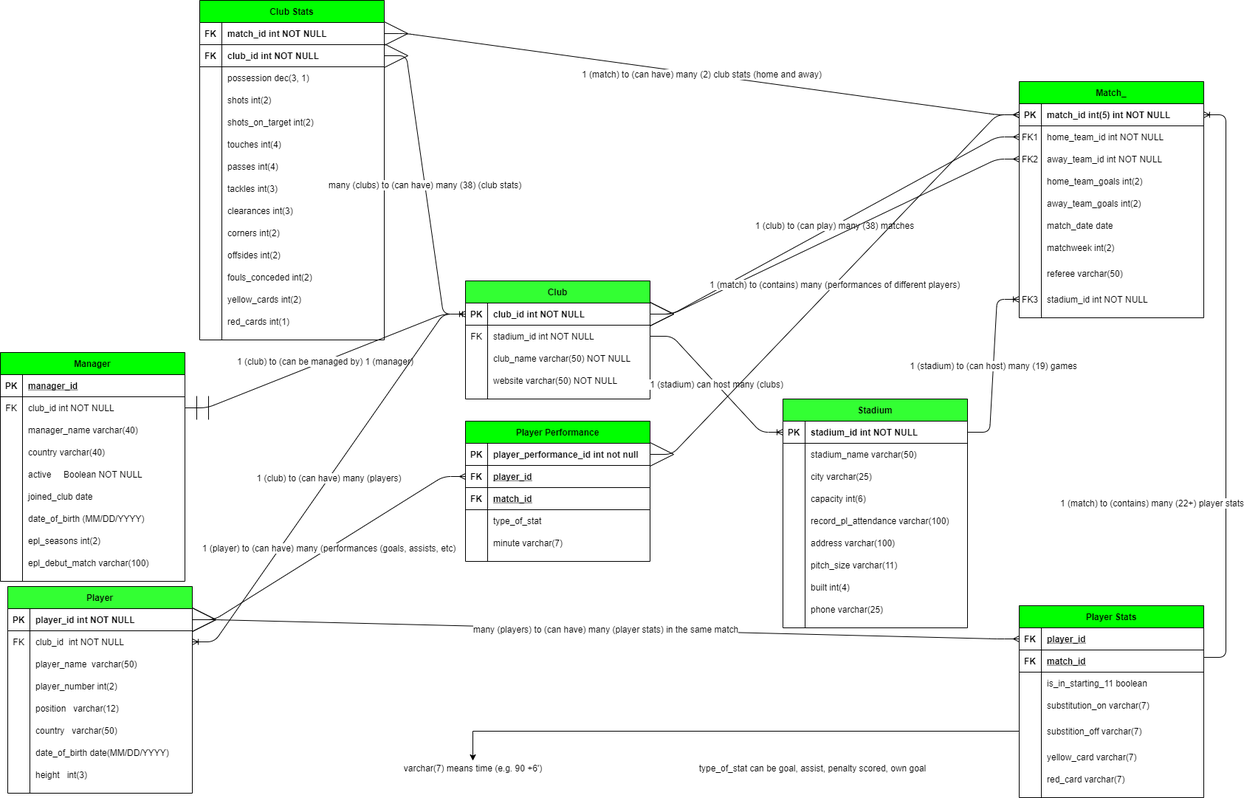
Before: Premier League Database Model.png, a diagram exported from draw.io (narekzamanyan97/Scraped-EPL-Data-Into-a-Database). Source tidied: cells renumbered, new cells last; positions are measured from the earlier drawing's top-left corner, leaving out a move shared by most shapes.
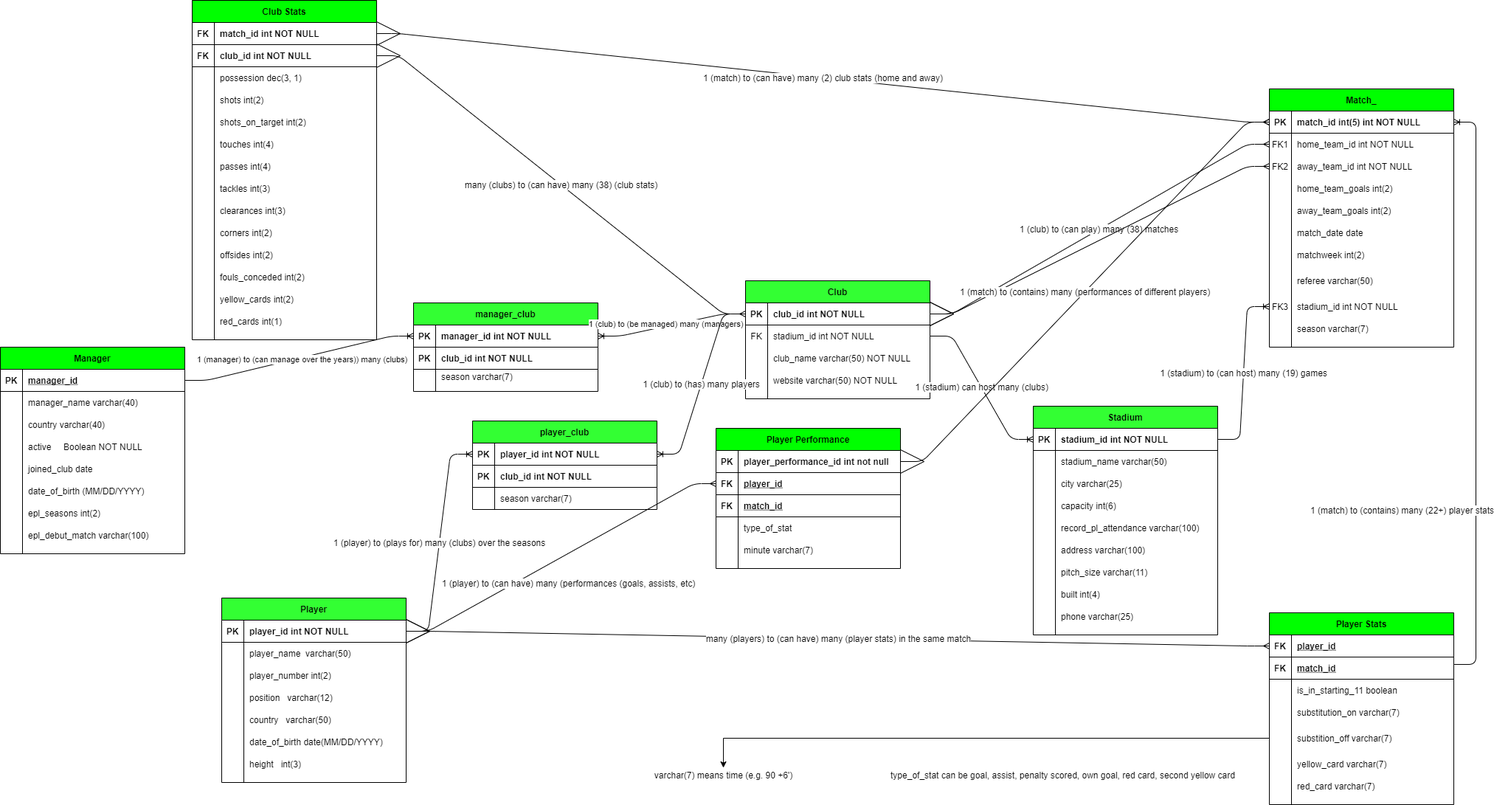
After the commit.

The edit, as a diff of the source:
```diff
@@ -5,3 +5,3 @@
     <mxCell id="2" value="Manager" style="shape=table;startSize=30;rowLines=0;fontStyle=1;align=center;fillColor=#00FF00;" parent="1" vertex="1">
-      <mxGeometry y="477" width="250" height="310" as="geometry" />
+      <mxGeometry x="-340" y="460" width="250" height="280" as="geometry" />
     </mxCell>
@@ -16,13 +16,4 @@
     </mxCell>
-    <mxCell id="6" style="shape=partialRectangle;fillColor=none;points=[[0,0.5],[1,0.5]];portConstraint=eastwest;top=0;left=0;right=0;bottom=0;" parent="2" vertex="1">
-      <mxGeometry y="60" width="250" height="30" as="geometry" />
-    </mxCell>
-    <mxCell id="7" value="FK" style="shape=partialRectangle;overflow=hidden;fillColor=none;top=0;left=0;bottom=0;right=0;" parent="6" vertex="1">
-      <mxGeometry width="30" height="30" as="geometry" />
-    </mxCell>
-    <mxCell id="8" value="club_id int NOT NULL" style="shape=partialRectangle;overflow=hidden;fillColor=none;top=0;left=0;bottom=0;right=0;align=left;spacingLeft=6;" parent="6" vertex="1">
-      <mxGeometry x="30" width="220" height="30" as="geometry" />
-    </mxCell>
     <mxCell id="9" style="shape=partialRectangle;fillColor=none;top=0;left=0;right=0;bottom=0;" parent="2" vertex="1">
-      <mxGeometry y="90" width="250" height="30" as="geometry" />
+      <mxGeometry y="60" width="250" height="30" as="geometry" />
     </mxCell>
@@ -35,3 +26,3 @@
     <mxCell id="12" style="shape=partialRectangle;fillColor=none;top=0;left=0;right=0;bottom=0;" parent="2" vertex="1">
-      <mxGeometry y="120" width="250" height="30" as="geometry" />
+      <mxGeometry y="90" width="250" height="30" as="geometry" />
     </mxCell>
@@ -44,3 +35,3 @@
     <mxCell id="15" style="shape=partialRectangle;fillColor=none;top=0;left=0;right=0;bottom=0;" parent="2" vertex="1">
-      <mxGeometry y="150" width="250" height="30" as="geometry" />
+      <mxGeometry y="120" width="250" height="30" as="geometry" />
     </mxCell>
@@ -53,3 +44,3 @@
     <mxCell id="18" style="shape=partialRectangle;fillColor=none;top=0;left=0;right=0;bottom=0;" parent="2" vertex="1">
-      <mxGeometry y="180" width="250" height="30" as="geometry" />
+      <mxGeometry y="150" width="250" height="30" as="geometry" />
     </mxCell>
@@ -62,3 +53,3 @@
     <mxCell id="21" style="shape=partialRectangle;fillColor=none;top=0;left=0;right=0;bottom=0;" parent="2" vertex="1">
-      <mxGeometry y="210" width="250" height="30" as="geometry" />
+      <mxGeometry y="180" width="250" height="30" as="geometry" />
     </mxCell>
@@ -71,3 +62,3 @@
     <mxCell id="24" style="shape=partialRectangle;fillColor=none;top=0;left=0;right=0;bottom=0;" parent="2" vertex="1">
-      <mxGeometry y="240" width="250" height="30" as="geometry" />
+      <mxGeometry y="210" width="250" height="30" as="geometry" />
     </mxCell>
@@ -80,3 +71,3 @@
     <mxCell id="27" style="shape=partialRectangle;fillColor=none;top=0;left=0;right=0;bottom=0;" parent="2" vertex="1">
-      <mxGeometry y="270" width="250" height="30" as="geometry" />
+      <mxGeometry y="240" width="250" height="30" as="geometry" />
     </mxCell>
@@ -89,3 +80,3 @@
     <mxCell id="30" value="Match_" style="shape=table;startSize=30;rowLines=0;fontStyle=1;align=center;fillColor=#00FF00;" parent="1" vertex="1">
-      <mxGeometry x="1380" y="110" width="250" height="320" as="geometry" />
+      <mxGeometry x="1380" y="110" width="250" height="350" as="geometry" />
     </mxCell>
@@ -172,4 +163,13 @@
     </mxCell>
+    <mxCell id="220" style="shape=partialRectangle;fillColor=none;top=0;left=0;right=0;bottom=0;" parent="30" vertex="1">
+      <mxGeometry y="310" width="250" height="30" as="geometry" />
+    </mxCell>
+    <mxCell id="221" style="shape=partialRectangle;overflow=hidden;fillColor=none;top=0;left=0;bottom=0;right=0;" parent="220" vertex="1">
+      <mxGeometry width="30" height="30" as="geometry" />
+    </mxCell>
+    <mxCell id="222" value="season varchar(7)" style="shape=partialRectangle;overflow=hidden;fillColor=none;top=0;left=0;bottom=0;right=0;align=left;spacingLeft=6;" parent="220" vertex="1">
+      <mxGeometry x="30" width="220" height="30" as="geometry" />
+    </mxCell>
     <mxCell id="58" value="Player" style="shape=table;startSize=30;rowLines=0;fontStyle=1;align=center;fillColor=#33FF33;" parent="1" vertex="1">
-      <mxGeometry x="10" y="794" width="250" height="280" as="geometry" />
+      <mxGeometry x="-40" y="800" width="250" height="250" as="geometry" />
     </mxCell>
@@ -184,13 +184,4 @@
     </mxCell>
-    <mxCell id="62" style="shape=partialRectangle;fillColor=none;points=[[0,0.5],[1,0.5]];portConstraint=eastwest;top=0;left=0;right=0;bottom=0;" parent="58" vertex="1">
-      <mxGeometry y="60" width="250" height="30" as="geometry" />
-    </mxCell>
-    <mxCell id="63" value="FK" style="shape=partialRectangle;overflow=hidden;fillColor=none;top=0;left=0;bottom=0;right=0;" parent="62" vertex="1">
-      <mxGeometry width="30" height="30" as="geometry" />
-    </mxCell>
-    <mxCell id="64" value="club_id  int NOT NULL" style="shape=partialRectangle;overflow=hidden;fillColor=none;top=0;left=0;bottom=0;right=0;align=left;spacingLeft=6;" parent="62" vertex="1">
-      <mxGeometry x="30" width="220" height="30" as="geometry" />
-    </mxCell>
     <mxCell id="65" style="shape=partialRectangle;fillColor=none;top=0;left=0;right=0;bottom=0;" parent="58" vertex="1">
-      <mxGeometry y="90" width="250" height="30" as="geometry" />
+      <mxGeometry y="60" width="250" height="30" as="geometry" />
     </mxCell>
@@ -203,3 +194,3 @@
     <mxCell id="68" style="shape=partialRectangle;fillColor=none;top=0;left=0;right=0;bottom=0;" parent="58" vertex="1">
-      <mxGeometry y="120" width="250" height="30" as="geometry" />
+      <mxGeometry y="90" width="250" height="30" as="geometry" />
     </mxCell>
@@ -212,3 +203,3 @@
     <mxCell id="71" style="shape=partialRectangle;fillColor=none;top=0;left=0;right=0;bottom=0;" parent="58" vertex="1">
-      <mxGeometry y="150" width="250" height="30" as="geometry" />
+      <mxGeometry y="120" width="250" height="30" as="geometry" />
     </mxCell>
@@ -221,3 +212,3 @@
     <mxCell id="74" style="shape=partialRectangle;fillColor=none;top=0;left=0;right=0;bottom=0;" parent="58" vertex="1">
-      <mxGeometry y="180" width="250" height="30" as="geometry" />
+      <mxGeometry y="150" width="250" height="30" as="geometry" />
     </mxCell>
@@ -230,3 +221,3 @@
     <mxCell id="77" style="shape=partialRectangle;fillColor=none;top=0;left=0;right=0;bottom=0;" parent="58" vertex="1">
-      <mxGeometry y="210" width="250" height="30" as="geometry" />
+      <mxGeometry y="180" width="250" height="30" as="geometry" />
     </mxCell>
@@ -239,3 +230,3 @@
     <mxCell id="80" style="shape=partialRectangle;fillColor=none;top=0;left=0;right=0;bottom=0;" parent="58" vertex="1">
-      <mxGeometry y="240" width="250" height="30" as="geometry" />
+      <mxGeometry y="210" width="250" height="30" as="geometry" />
     </mxCell>
@@ -332,3 +323,3 @@
     <mxCell id="111" value="Club" style="shape=table;startSize=30;rowLines=0;fontStyle=1;align=center;fillColor=#33FF33;" parent="1" vertex="1">
-      <mxGeometry x="630" y="380" width="250" height="160" as="geometry" />
+      <mxGeometry x="670" y="370" width="250" height="160" as="geometry" />
     </mxCell>
@@ -437,3 +428,3 @@
     <mxCell id="146" value="Club Stats" style="shape=table;startSize=30;rowLines=0;fontStyle=1;align=center;fillColor=#00FF00;" parent="1" vertex="1">
-      <mxGeometry x="270" width="250" height="460" as="geometry" />
+      <mxGeometry x="-80" y="-10" width="250" height="460" as="geometry" />
     </mxCell>
@@ -568,8 +559,2 @@
     </mxCell>
-    <mxCell id="190" value="1 (club) to (can be managed by) 1 (manager)" style="edgeStyle=entityRelationEdgeStyle;fontSize=12;html=1;endArrow=ERmandOne;startArrow=ERmandOne;startSize=30;entryX=0;entryY=0.5;entryDx=0;entryDy=0;exitX=1;exitY=0.5;exitDx=0;exitDy=0;" parent="1" edge="1" source="6" target="112">
-      <mxGeometry relative="1" as="geometry" />
-    </mxCell>
-    <mxCell id="191" value="1 (club) to (can have) many (players)" style="edgeStyle=entityRelationEdgeStyle;fontSize=12;html=1;endArrow=ERoneToMany;startSize=30;exitX=0;exitY=0.5;exitDx=0;exitDy=0;entryX=1;entryY=0.5;entryDx=0;entryDy=0;" parent="1" edge="1" source="112" target="62">
-      <mxGeometry relative="1" as="geometry" />
-    </mxCell>
     <mxCell id="192" value="many (players) to (can have) many (player stats) in the same match" style="edgeStyle=entityRelationEdgeStyle;fontSize=12;html=1;endArrow=ERmany;startArrow=ERmany;startSize=30;" parent="1" edge="1" source="59" target="125">
@@ -649,7 +634,9 @@
     </mxCell>
-    <mxCell id="217" value="type_of_stat can be goal, assist, penalty scored, own goal" style="text;html=1;align=center;verticalAlign=middle;strokeColor=none;" parent="1" vertex="1">
-      <mxGeometry x="940" y="1030" width="320" height="20" as="geometry" />
+    <mxCell id="217" value="type_of_stat can be goal, assist, penalty scored, own goal, red card, second yellow card" style="text;html=1;align=center;verticalAlign=middle;strokeColor=none;" parent="1" vertex="1">
+      <mxGeometry x="860" y="1030" width="480" height="20" as="geometry" />
     </mxCell>
     <mxCell id="218" value="1 (player) to (can have) many (performances (goals, assists, etc)" style="edgeStyle=entityRelationEdgeStyle;fontSize=12;html=1;endArrow=ERmany;startArrow=ERmany;startSize=30;exitX=1;exitY=0.5;exitDx=0;exitDy=0;entryX=0;entryY=0.5;entryDx=0;entryDy=0;" parent="1" edge="1" source="59" target="205">
-      <mxGeometry relative="1" as="geometry" />
+      <mxGeometry x="-0.04" y="-35" relative="1" as="geometry">
+        <mxPoint x="1" as="offset" />
+      </mxGeometry>
     </mxCell>
@@ -658,2 +645,80 @@
     </mxCell>
+    <mxCell id="223" value="player_club" style="shape=table;startSize=30;rowLines=0;fontStyle=1;align=center;fillColor=#33FF33;" parent="1" vertex="1">
+      <mxGeometry x="300" y="560" width="250" height="120" as="geometry" />
+    </mxCell>
+    <mxCell id="224" style="shape=partialRectangle;fillColor=none;points=[[0,0.5],[1,0.5]];portConstraint=eastwest;top=0;left=0;right=0;bottom=1;" parent="223" vertex="1">
+      <mxGeometry y="30" width="250" height="30" as="geometry" />
+    </mxCell>
+    <mxCell id="225" value="PK" style="shape=partialRectangle;overflow=hidden;fillColor=none;top=0;left=0;bottom=0;right=0;fontStyle=1;" parent="224" vertex="1">
+      <mxGeometry width="30" height="30" as="geometry" />
+    </mxCell>
+    <mxCell id="226" value="player_id int NOT NULL" style="shape=partialRectangle;overflow=hidden;fillColor=none;top=0;left=0;bottom=0;right=0;align=left;spacingLeft=6;fontStyle=1;" parent="224" vertex="1">
+      <mxGeometry x="30" width="220" height="30" as="geometry" />
+    </mxCell>
+    <mxCell id="227" style="shape=partialRectangle;fillColor=none;top=0;left=0;right=0;bottom=1;" parent="223" vertex="1">
+      <mxGeometry y="60" width="250" height="30" as="geometry" />
+    </mxCell>
+    <mxCell id="228" value="PK" style="shape=partialRectangle;overflow=hidden;fillColor=none;top=0;left=0;bottom=0;right=0;fontStyle=1;" parent="227" vertex="1">
+      <mxGeometry width="30" height="30" as="geometry" />
+    </mxCell>
+    <mxCell id="229" value="club_id int NOT NULL" style="shape=partialRectangle;overflow=hidden;fillColor=none;top=0;left=0;bottom=0;right=0;align=left;spacingLeft=6;fontStyle=1;" parent="227" vertex="1">
+      <mxGeometry x="30" width="220" height="30" as="geometry" />
+    </mxCell>
+    <mxCell id="230" style="shape=partialRectangle;fillColor=none;top=0;left=0;right=0;bottom=0;" parent="223" vertex="1">
+      <mxGeometry y="90" width="250" height="30" as="geometry" />
+    </mxCell>
+    <mxCell id="231" style="shape=partialRectangle;overflow=hidden;fillColor=none;top=0;left=0;bottom=0;right=0;" parent="230" vertex="1">
+      <mxGeometry width="30" height="30" as="geometry" />
+    </mxCell>
+    <mxCell id="232" value="season varchar(7)" style="shape=partialRectangle;overflow=hidden;fillColor=none;top=0;left=0;bottom=0;right=0;align=left;spacingLeft=6;" parent="230" vertex="1">
+      <mxGeometry x="30" width="220" height="30" as="geometry" />
+    </mxCell>
+    <mxCell id="233" value="manager_club" style="shape=table;startSize=30;rowLines=0;fontStyle=1;align=center;fillColor=#33FF33;" parent="1" vertex="1">
+      <mxGeometry x="220" y="400" width="250" height="120" as="geometry" />
+    </mxCell>
+    <mxCell id="234" style="shape=partialRectangle;fillColor=none;points=[[0,0.5],[1,0.5]];portConstraint=eastwest;top=0;left=0;right=0;bottom=1;" parent="233" vertex="1">
+      <mxGeometry y="30" width="250" height="30" as="geometry" />
+    </mxCell>
+    <mxCell id="235" value="PK" style="shape=partialRectangle;overflow=hidden;fillColor=none;top=0;left=0;bottom=0;right=0;fontStyle=1;" parent="234" vertex="1">
+      <mxGeometry width="30" height="30" as="geometry" />
+    </mxCell>
+    <mxCell id="236" value="manager_id int NOT NULL" style="shape=partialRectangle;overflow=hidden;fillColor=none;top=0;left=0;bottom=0;right=0;align=left;spacingLeft=6;fontStyle=1;" parent="234" vertex="1">
+      <mxGeometry x="30" width="220" height="30" as="geometry" />
+    </mxCell>
+    <mxCell id="237" style="shape=partialRectangle;fillColor=none;top=0;left=0;right=0;bottom=1;" parent="233" vertex="1">
+      <mxGeometry y="60" width="250" height="30" as="geometry" />
+    </mxCell>
+    <mxCell id="238" value="PK" style="shape=partialRectangle;overflow=hidden;fillColor=none;top=0;left=0;bottom=0;right=0;fontStyle=1;" parent="237" vertex="1">
+      <mxGeometry width="30" height="30" as="geometry" />
+    </mxCell>
+    <mxCell id="239" value="club_id int NOT NULL" style="shape=partialRectangle;overflow=hidden;fillColor=none;top=0;left=0;bottom=0;right=0;align=left;spacingLeft=6;fontStyle=1;" parent="237" vertex="1">
+      <mxGeometry x="30" width="220" height="30" as="geometry" />
+    </mxCell>
+    <mxCell id="240" style="shape=partialRectangle;fillColor=none;top=0;left=0;right=0;bottom=0;" parent="233" vertex="1">
+      <mxGeometry y="90" width="250" height="20" as="geometry" />
+    </mxCell>
+    <mxCell id="241" style="shape=partialRectangle;overflow=hidden;fillColor=none;top=0;left=0;bottom=0;right=0;" parent="240" vertex="1">
+      <mxGeometry width="30" height="20" as="geometry" />
+    </mxCell>
+    <mxCell id="242" value="season varchar(7)" style="shape=partialRectangle;overflow=hidden;fillColor=none;top=0;left=0;bottom=0;right=0;align=left;spacingLeft=6;" parent="240" vertex="1">
+      <mxGeometry x="30" width="220" height="20" as="geometry" />
+    </mxCell>
+    <mxCell id="243" style="edgeStyle=entityRelationEdgeStyle;fontSize=12;html=1;endArrow=ERoneToMany;entryX=0;entryY=0.5;entryDx=0;entryDy=0;" parent="1" edge="1" source="3" target="234">
+      <mxGeometry relative="1" as="geometry" />
+    </mxCell>
+    <mxCell id="244" value="1 (manager) to (can manage over the years)) many (clubs)" style="edgeLabel;html=1;align=center;verticalAlign=middle;" parent="243" vertex="1">
+      <mxGeometry x="0.01" y="-2" relative="1" as="geometry" />
+    </mxCell>
+    <mxCell id="245" style="edgeStyle=entityRelationEdgeStyle;fontSize=12;html=1;endArrow=ERoneToMany;exitX=0;exitY=0.5;exitDx=0;exitDy=0;entryX=1;entryY=0.5;entryDx=0;entryDy=0;" parent="1" edge="1" source="112" target="234">
+      <mxGeometry relative="1" as="geometry" />
+    </mxCell>
+    <mxCell id="246" value="1 (club) to (be managed) many (managers)" style="edgeLabel;html=1;align=center;verticalAlign=middle;" parent="245" vertex="1">
+      <mxGeometry x="0.09" y="-4" relative="1" as="geometry" />
+    </mxCell>
+    <mxCell id="247" value="1 (player) to (plays for) many (clubs) over the seasons" style="edgeStyle=entityRelationEdgeStyle;fontSize=12;html=1;endArrow=ERoneToMany;exitX=1;exitY=0.5;exitDx=0;exitDy=0;entryX=0;entryY=0.5;entryDx=0;entryDy=0;" parent="1" edge="1" source="59" target="224">
+      <mxGeometry relative="1" as="geometry" />
+    </mxCell>
+    <mxCell id="248" value="1 (club) to (has) many players" style="edgeStyle=entityRelationEdgeStyle;fontSize=12;html=1;endArrow=ERoneToMany;exitX=0;exitY=0.5;exitDx=0;exitDy=0;entryX=1;entryY=0.5;entryDx=0;entryDy=0;" parent="1" edge="1" source="112" target="224">
+      <mxGeometry relative="1" as="geometry" />
+    </mxCell>
   </root>
```
